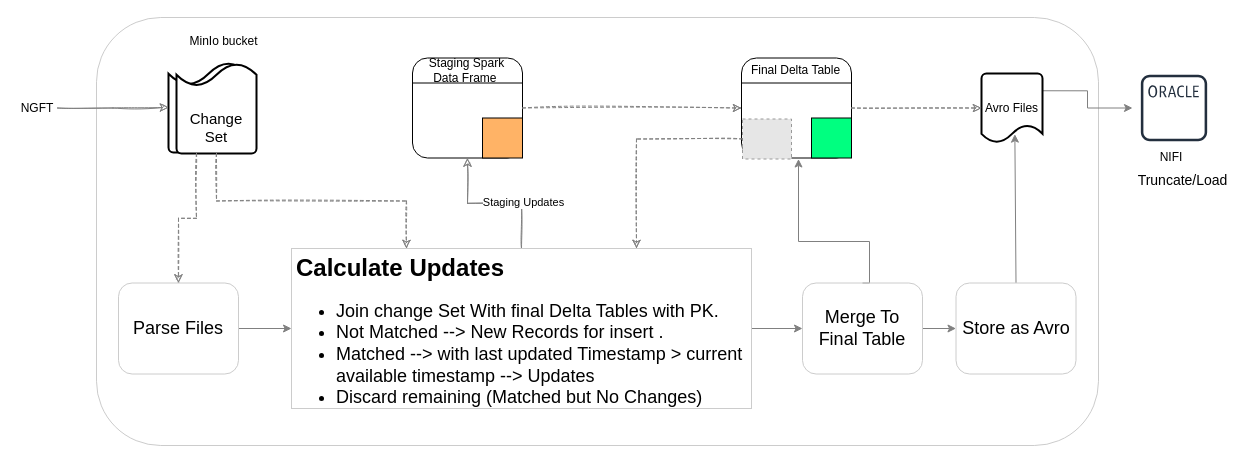
This is delta_load.drawio from subhasankar/Main, a draw.io file, before an edit. Source tidied: cells renumbered, new cells numbered last; positions are measured from the earlier drawing's top-left corner, leaving out a move shared by most shapes. Both pictures are drawn from the tidied source at 100%, with x=0, y=0 at pixel (17, 17). Pictures stored in the file or linked from it are replaced by grey dashed boxes.
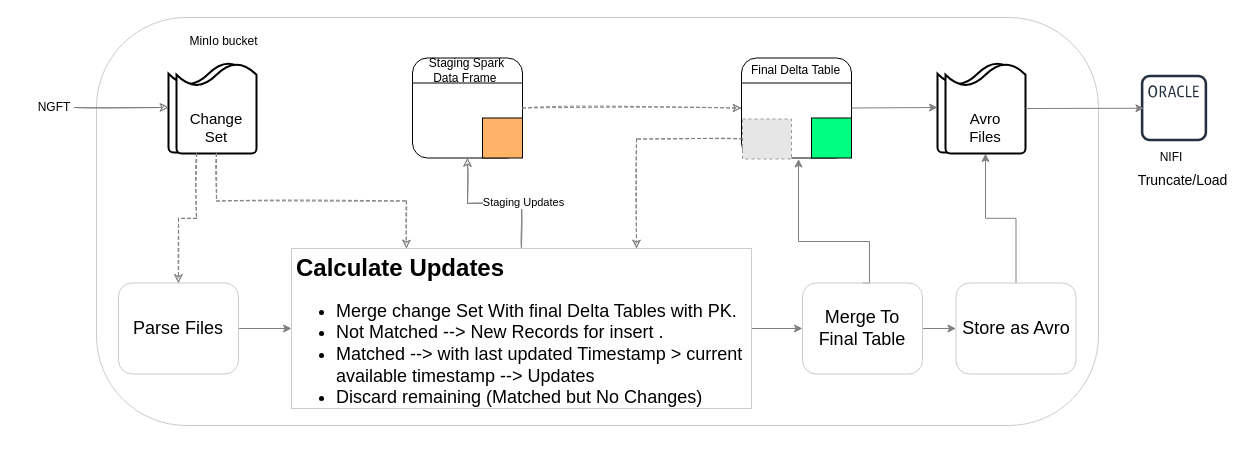
Above is the later version.

Unchanged cells that the change refers to:
```xml
<mxCell id="13" style="rounded=1;whiteSpace=wrap;html=1;shadow=0;sketch=0;strokeColor=#000000;fillColor=#FFFFFF;gradientColor=none;" parent="12" vertex="1">
  <mxGeometry x="-8" width="110" height="100" as="geometry" />
</mxCell>
<mxCell id="30" style="outlineConnect=0;fontColor=#232F3E;gradientColor=none;strokeColor=#232F3E;fillColor=#ffffff;dashed=0;verticalLabelPosition=bottom;verticalAlign=top;align=center;html=1;fontSize=12;fontStyle=0;shape=mxgraph.aws4.resourceIcon;resIcon=mxgraph.aws4.oracle_db_instance_alternate;rounded=0;shadow=0;glass=0;sketch=0;" parent="1" vertex="1">
  <mxGeometry x="1115" y="49" width="83" height="83" as="geometry" />
</mxCell>
<mxCell id="40" value="&lt;font style=&quot;font-size: 18px&quot;&gt;Store as Avro&lt;/font&gt;" style="rounded=1;whiteSpace=wrap;html=1;shadow=0;glass=0;sketch=0;strokeColor=#CCCCCC;fillColor=none;gradientColor=none;" parent="1" vertex="1">
  <mxGeometry x="938.5" y="265.5" width="120" height="91" as="geometry" />
</mxCell>
```

Diff of the diagram source:
```diff
@@
-    <mxCell id="2" style="rounded=1;whiteSpace=wrap;html=1;shadow=0;glass=0;sketch=0;strokeColor=#CCCCCC;fillColor=none;gradientColor=none;" parent="1" vertex="1">
-      <mxGeometry x="79" width="1002" height="428" as="geometry" />
+    <mxCell id="2" style="rounded=1;whiteSpace=wrap;html=1;shadow=0;glass=0;sketch=0;strokeColor=#CCCCCC;fillColor=none;gradientColor=none;arcSize=22;" parent="1" vertex="1">
+      <mxGeometry x="79" width="1002" height="408" as="geometry" />
     </mxCell>
@@
-    <mxCell id="22" value="&lt;h1&gt;&lt;span&gt;Calculate Updates&lt;/span&gt;&lt;/h1&gt;&lt;h1 style=&quot;font-size: 18px&quot;&gt;&lt;ul&gt;&lt;li&gt;&lt;span style=&quot;font-weight: normal&quot;&gt;Join change Set With final Delta Tables with PK.&lt;/span&gt;&lt;/li&gt;&lt;li&gt;&lt;span style=&quot;font-weight: normal&quot;&gt;Not Matched --&amp;gt; New Records for insert .&lt;/span&gt;&lt;/li&gt;&lt;li&gt;&lt;span style=&quot;font-weight: normal&quot;&gt;Matched --&amp;gt; with last updated Timestamp &amp;gt; current available timestamp --&amp;gt; Updates&amp;nbsp;&lt;/span&gt;&lt;/li&gt;&lt;li&gt;&lt;span style=&quot;font-weight: normal&quot;&gt;Discard remaining (Matched but No Changes)&lt;/span&gt;&lt;/li&gt;&lt;/ul&gt;&lt;/h1&gt;" style="text;html=1;fillColor=none;spacing=5;spacingTop=-20;whiteSpace=wrap;overflow=hidden;rounded=0;shadow=0;sketch=0;glass=0;strokeColor=#CCCCCC;" parent="1" vertex="1">
+    <mxCell id="22" value="&lt;h1&gt;&lt;span&gt;Calculate Updates&lt;/span&gt;&lt;/h1&gt;&lt;h1 style=&quot;font-size: 18px&quot;&gt;&lt;ul&gt;&lt;li&gt;&lt;span style=&quot;font-weight: normal&quot;&gt;Merge change Set With final Delta Tables with PK.&lt;/span&gt;&lt;/li&gt;&lt;li&gt;&lt;span style=&quot;font-weight: normal&quot;&gt;Not Matched --&amp;gt; New Records for insert .&lt;/span&gt;&lt;/li&gt;&lt;li&gt;&lt;span style=&quot;font-weight: normal&quot;&gt;Matched --&amp;gt; with last updated Timestamp &amp;gt; current available timestamp --&amp;gt; Updates&amp;nbsp;&lt;/span&gt;&lt;/li&gt;&lt;li&gt;&lt;span style=&quot;font-weight: normal&quot;&gt;Discard remaining (Matched but No Changes)&lt;/span&gt;&lt;/li&gt;&lt;/ul&gt;&lt;/h1&gt;" style="text;html=1;fillColor=none;spacing=5;spacingTop=-20;whiteSpace=wrap;overflow=hidden;rounded=0;shadow=0;sketch=0;glass=0;strokeColor=#CCCCCC;" parent="1" vertex="1">
       <mxGeometry x="274" y="231" width="460" height="160" as="geometry" />
     </mxCell>
@@
     <mxCell id="26" value="NGFT" style="text;html=1;strokeColor=none;fillColor=none;align=center;verticalAlign=middle;whiteSpace=wrap;rounded=0;shadow=0;glass=0;sketch=0;" parent="1" vertex="1">
-      <mxGeometry y="80.5" width="40" height="20" as="geometry" />
+      <mxGeometry x="17" y="80" width="40" height="20" as="geometry" />
     </mxCell>
@@
-    <mxCell id="28" style="edgeStyle=orthogonalEdgeStyle;rounded=0;sketch=0;jettySize=auto;html=1;exitX=1;exitY=0.25;exitDx=0;exitDy=0;exitPerimeter=0;strokeColor=#808080;" parent="1" edge="1" source="29" target="30">
-      <mxGeometry relative="1" as="geometry" />
-    </mxCell>
-    <mxCell id="29" value="Avro Files" style="strokeWidth=2;html=1;shape=mxgraph.flowchart.document2;whiteSpace=wrap;size=0.25;rounded=0;shadow=0;glass=0;sketch=0;fillColor=none;gradientColor=none;" parent="1" vertex="1">
-      <mxGeometry x="964" y="56" width="61" height="69" as="geometry" />
-    </mxCell>
@@
-    <mxCell id="39" style="rounded=0;sketch=0;jettySize=auto;html=1;exitX=0.5;exitY=0;exitDx=0;exitDy=0;strokeColor=#808080;entryX=0.547;entryY=0.879;entryDx=0;entryDy=0;entryPerimeter=0;" parent="1" edge="1" source="40" target="29">
-      <mxGeometry relative="1" as="geometry" />
-    </mxCell>
+    <mxCell id="42" style="edgeStyle=orthogonalEdgeStyle;rounded=0;sketch=0;jettySize=auto;html=1;exitX=0.5;exitY=0;exitDx=0;exitDy=0;entryX=0.5;entryY=0;entryDx=0;entryDy=0;entryPerimeter=0;strokeColor=#808080;" parent="1" edge="1" source="40" target="45">
+      <mxGeometry relative="1" as="geometry" />
+    </mxCell>
@@
-    <mxCell id="41" style="edgeStyle=none;rounded=0;sketch=1;jettySize=auto;html=1;exitX=1;exitY=0.5;exitDx=0;exitDy=0;entryX=0;entryY=0.5;entryDx=0;entryDy=0;entryPerimeter=0;strokeColor=#808080;dashed=1;" parent="1" edge="1" source="13" target="29">
-      <mxGeometry relative="1" as="geometry" />
-    </mxCell>
+    <mxCell id="43" style="group;" parent="1" vertex="1">
+      <mxGeometry x="920" y="45" width="88" height="91" as="geometry" />
+    </mxCell>
+    <mxCell id="44" style="strokeWidth=2;html=1;shape=mxgraph.flowchart.document2;whiteSpace=wrap;size=0.25;shadow=0;sketch=0;gradientColor=none;fillColor=#FFFFFF;rotation=-180;" parent="43" vertex="1">
+      <mxGeometry width="80" height="90" as="geometry" />
+    </mxCell>
+    <mxCell id="45" style="strokeWidth=2;html=1;shape=mxgraph.flowchart.document2;whiteSpace=wrap;size=0.25;shadow=0;sketch=0;gradientColor=none;fillColor=#FFFFFF;rotation=-180;" parent="43" vertex="1">
+      <mxGeometry x="8" y="1" width="80" height="90" as="geometry" />
+    </mxCell>
+    <mxCell id="29" value="&lt;font style=&quot;font-size: 15px&quot;&gt;Avro Files&lt;/font&gt;" style="text;html=1;strokeColor=none;fillColor=none;align=center;verticalAlign=middle;whiteSpace=wrap;rounded=0;shadow=0;sketch=0;" parent="43" vertex="1">
+      <mxGeometry x="17" y="55" width="62" height="20" as="geometry" />
+    </mxCell>
+    <mxCell id="46" style="rounded=0;sketch=0;jettySize=auto;html=1;exitX=1;exitY=0.5;exitDx=0;exitDy=0;entryX=1;entryY=0.5;entryDx=0;entryDy=0;entryPerimeter=0;strokeColor=#808080;" parent="1" edge="1" source="13" target="44">
+      <mxGeometry relative="1" as="geometry" />
+    </mxCell>
+    <mxCell id="47" style="rounded=0;sketch=0;jettySize=auto;html=1;exitX=0;exitY=0.5;exitDx=0;exitDy=0;exitPerimeter=0;entryX=0.138;entryY=0.503;entryDx=0;entryDy=0;entryPerimeter=0;strokeColor=#808080;" parent="1" edge="1" source="45" target="30">
+      <mxGeometry relative="1" as="geometry" />
+    </mxCell>
```
